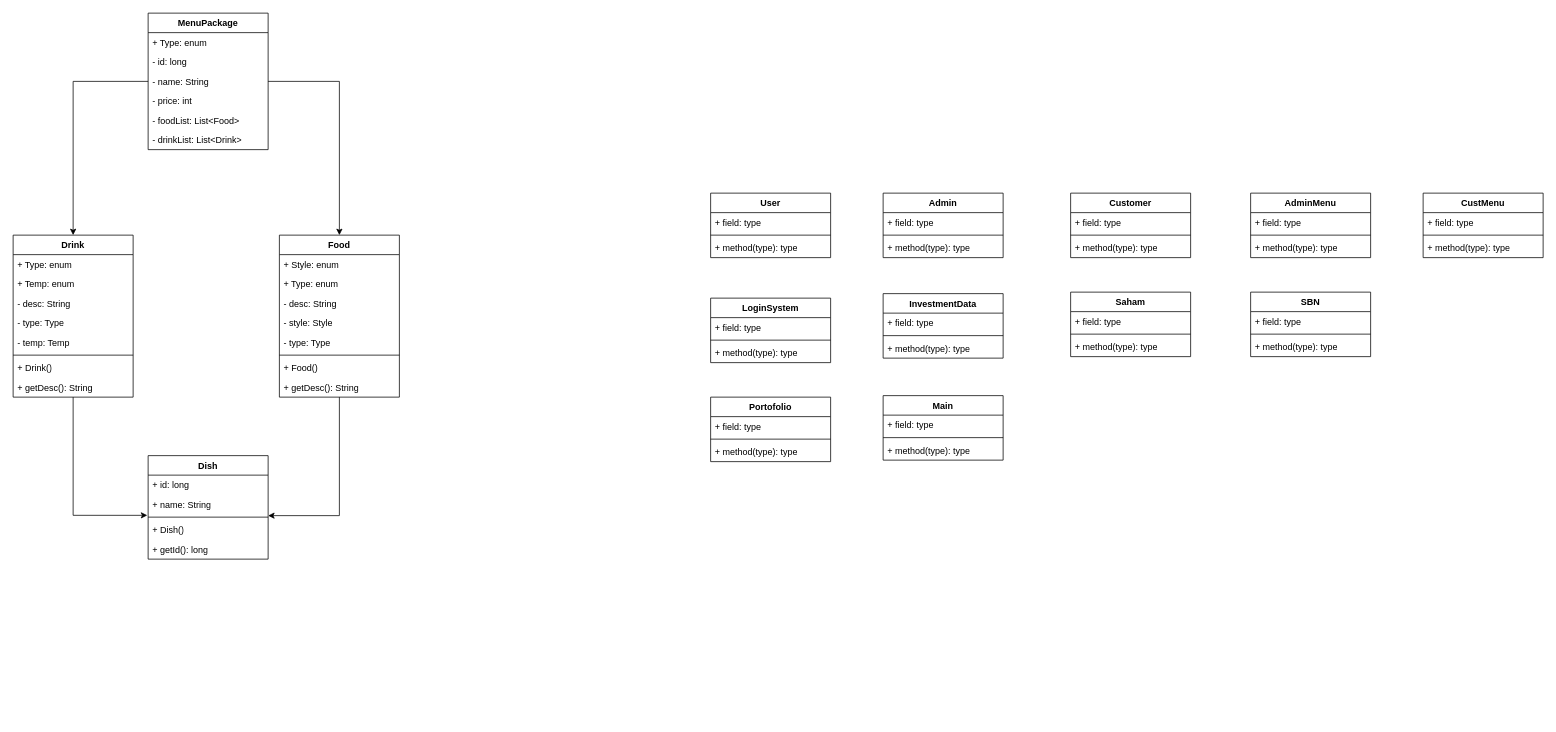
The draw.io diagram page "ERD" (1 of 2) of PBO_UMLInvestasiSaham.drawio in elikawicaksana/BuildIT_BasisData, before the edit. Source tidied: cells renumbered, new cells numbered last; positions are measured from the earlier drawing's top-left corner, leaving out a move shared by most shapes. Both pictures are drawn from the tidied source at 75%, with x=0, y=0 at pixel (13, 13).
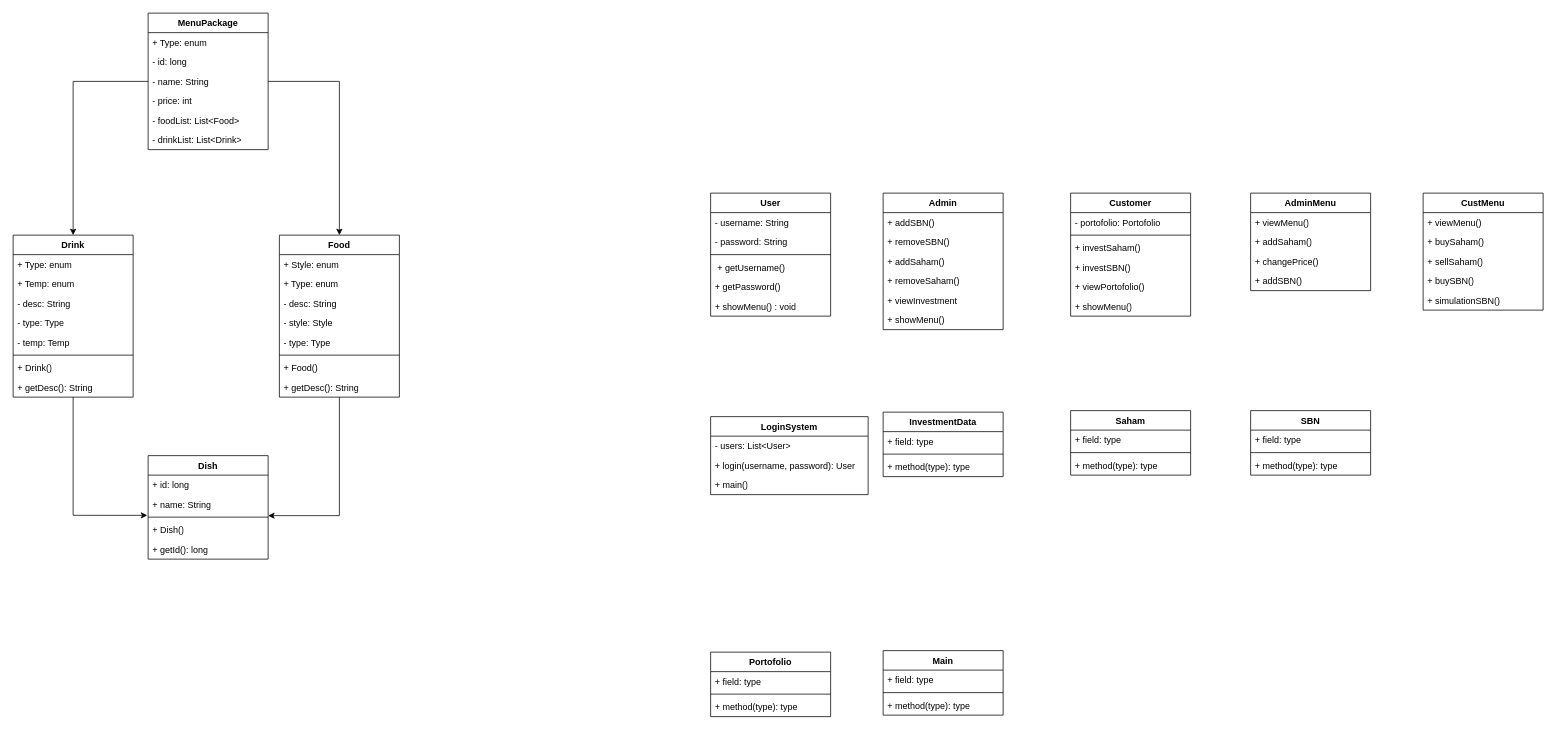
The same page after the edit.

The edit, as a diff of the source:
```diff
@@
     <mxCell id="37" value="User" style="swimlane;fontStyle=1;align=center;verticalAlign=top;horizontal=1;startSize=26;whiteSpace=wrap;html=1;" parent="1" vertex="1">
-      <mxGeometry x="930" y="240" width="160" height="86" as="geometry" />
+      <mxGeometry x="930" y="240" width="160" height="164" as="geometry" />
     </mxCell>
-    <mxCell id="38" value="+ field: type" style="text;strokeColor=none;fillColor=none;align=left;verticalAlign=top;spacingLeft=4;spacingRight=4;overflow=hidden;whiteSpace=wrap;html=1;" parent="37" vertex="1">
+    <mxCell id="38" value="- username: String" style="text;strokeColor=none;fillColor=none;align=left;verticalAlign=top;spacingLeft=4;spacingRight=4;overflow=hidden;whiteSpace=wrap;html=1;" parent="37" vertex="1">
       <mxGeometry y="26" width="160" height="26" as="geometry" />
     </mxCell>
+    <mxCell id="81" value="- password: String" style="text;strokeColor=none;fillColor=none;align=left;verticalAlign=top;spacingLeft=4;spacingRight=4;overflow=hidden;whiteSpace=wrap;html=1;" parent="37" vertex="1">
+      <mxGeometry y="52" width="160" height="26" as="geometry" />
+    </mxCell>
     <mxCell id="39" style="line;strokeWidth=1;fillColor=none;align=left;verticalAlign=middle;spacingTop=-1;spacingLeft=3;spacingRight=3;labelPosition=right;strokeColor=inherit;" parent="37" vertex="1">
-      <mxGeometry y="52" width="160" height="8" as="geometry" />
+      <mxGeometry y="78" width="160" height="8" as="geometry" />
     </mxCell>
-    <mxCell id="40" value="+ method(type): type" style="text;strokeColor=none;fillColor=none;align=left;verticalAlign=top;spacingLeft=4;spacingRight=4;overflow=hidden;whiteSpace=wrap;html=1;" parent="37" vertex="1">
-      <mxGeometry y="60" width="160" height="26" as="geometry" />
+    <mxCell id="40" value="&lt;div&gt;&amp;nbsp;+ getUsername()&lt;/div&gt;" style="text;strokeColor=none;fillColor=none;align=left;verticalAlign=top;spacingLeft=4;spacingRight=4;overflow=hidden;whiteSpace=wrap;html=1;" parent="37" vertex="1">
+      <mxGeometry y="86" width="160" height="26" as="geometry" />
     </mxCell>
+    <mxCell id="82" value="&lt;div&gt;&lt;span style=&quot;background-color: transparent; color: light-dark(rgb(0, 0, 0), rgb(255, 255, 255));&quot;&gt;+ getPassword()&lt;/span&gt;&lt;/div&gt;" style="text;strokeColor=none;fillColor=none;align=left;verticalAlign=top;spacingLeft=4;spacingRight=4;overflow=hidden;whiteSpace=wrap;html=1;" parent="37" vertex="1">
+      <mxGeometry y="112" width="160" height="26" as="geometry" />
+    </mxCell>
+    <mxCell id="83" value="&lt;div&gt;&lt;span style=&quot;background-color: transparent; color: light-dark(rgb(0, 0, 0), rgb(255, 255, 255));&quot;&gt;+ showMenu() : void&lt;/span&gt;&lt;/div&gt;" style="text;strokeColor=none;fillColor=none;align=left;verticalAlign=top;spacingLeft=4;spacingRight=4;overflow=hidden;whiteSpace=wrap;html=1;" parent="37" vertex="1">
+      <mxGeometry y="138" width="160" height="26" as="geometry" />
+    </mxCell>
     <mxCell id="41" value="Admin" style="swimlane;fontStyle=1;align=center;verticalAlign=top;horizontal=1;startSize=26;whiteSpace=wrap;html=1;" parent="1" vertex="1">
-      <mxGeometry x="1160" y="240" width="160" height="86" as="geometry" />
+      <mxGeometry x="1160" y="240" width="160" height="182" as="geometry" />
     </mxCell>
-    <mxCell id="42" value="+ field: type" style="text;strokeColor=none;fillColor=none;align=left;verticalAlign=top;spacingLeft=4;spacingRight=4;overflow=hidden;whiteSpace=wrap;html=1;" parent="41" vertex="1">
-      <mxGeometry y="26" width="160" height="26" as="geometry" />
-    </mxCell>
-    <mxCell id="43" style="line;strokeWidth=1;fillColor=none;align=left;verticalAlign=middle;spacingTop=-1;spacingLeft=3;spacingRight=3;labelPosition=right;strokeColor=inherit;" parent="41" vertex="1">
-      <mxGeometry y="52" width="160" height="8" as="geometry" />
-    </mxCell>
-    <mxCell id="44" value="+ method(type): type" style="text;strokeColor=none;fillColor=none;align=left;verticalAlign=top;spacingLeft=4;spacingRight=4;overflow=hidden;whiteSpace=wrap;html=1;" parent="41" vertex="1">
-      <mxGeometry y="60" width="160" height="26" as="geometry" />
+    <mxCell id="44" value="+ addSBN()" style="text;strokeColor=none;fillColor=none;align=left;verticalAlign=top;spacingLeft=4;spacingRight=4;overflow=hidden;whiteSpace=wrap;html=1;" parent="41" vertex="1">
+      <mxGeometry y="26" width="160" height="26" as="geometry" />
     </mxCell>
+    <mxCell id="84" value="+ removeSBN()" style="text;strokeColor=none;fillColor=none;align=left;verticalAlign=top;spacingLeft=4;spacingRight=4;overflow=hidden;whiteSpace=wrap;html=1;" parent="41" vertex="1">
+      <mxGeometry y="52" width="160" height="26" as="geometry" />
+    </mxCell>
+    <mxCell id="85" value="+ addSaham()" style="text;strokeColor=none;fillColor=none;align=left;verticalAlign=top;spacingLeft=4;spacingRight=4;overflow=hidden;whiteSpace=wrap;html=1;" parent="41" vertex="1">
+      <mxGeometry y="78" width="160" height="26" as="geometry" />
+    </mxCell>
+    <mxCell id="86" value="+ removeSaham()&amp;nbsp;" style="text;strokeColor=none;fillColor=none;align=left;verticalAlign=top;spacingLeft=4;spacingRight=4;overflow=hidden;whiteSpace=wrap;html=1;" parent="41" vertex="1">
+      <mxGeometry y="104" width="160" height="26" as="geometry" />
+    </mxCell>
+    <mxCell id="87" value="+ viewInvestment" style="text;strokeColor=none;fillColor=none;align=left;verticalAlign=top;spacingLeft=4;spacingRight=4;overflow=hidden;whiteSpace=wrap;html=1;" parent="41" vertex="1">
+      <mxGeometry y="130" width="160" height="26" as="geometry" />
+    </mxCell>
+    <mxCell id="88" value="+ showMenu()" style="text;strokeColor=none;fillColor=none;align=left;verticalAlign=top;spacingLeft=4;spacingRight=4;overflow=hidden;whiteSpace=wrap;html=1;" parent="41" vertex="1">
+      <mxGeometry y="156" width="160" height="26" as="geometry" />
+    </mxCell>
     <mxCell id="45" value="LoginSystem" style="swimlane;fontStyle=1;align=center;verticalAlign=top;horizontal=1;startSize=26;whiteSpace=wrap;html=1;" parent="1" vertex="1">
-      <mxGeometry x="930" y="380" width="160" height="86" as="geometry" />
+      <mxGeometry x="930" y="538" width="210" height="104" as="geometry" />
     </mxCell>
-    <mxCell id="46" value="+ field: type" style="text;strokeColor=none;fillColor=none;align=left;verticalAlign=top;spacingLeft=4;spacingRight=4;overflow=hidden;whiteSpace=wrap;html=1;" parent="45" vertex="1">
-      <mxGeometry y="26" width="160" height="26" as="geometry" />
+    <mxCell id="46" value="- users: List&amp;lt;User&amp;gt;" style="text;strokeColor=none;fillColor=none;align=left;verticalAlign=top;spacingLeft=4;spacingRight=4;overflow=hidden;whiteSpace=wrap;html=1;" parent="45" vertex="1">
+      <mxGeometry y="26" width="210" height="26" as="geometry" />
     </mxCell>
-    <mxCell id="47" style="line;strokeWidth=1;fillColor=none;align=left;verticalAlign=middle;spacingTop=-1;spacingLeft=3;spacingRight=3;labelPosition=right;strokeColor=inherit;" parent="45" vertex="1">
-      <mxGeometry y="52" width="160" height="8" as="geometry" />
-    </mxCell>
-    <mxCell id="48" value="+ method(type): type" style="text;strokeColor=none;fillColor=none;align=left;verticalAlign=top;spacingLeft=4;spacingRight=4;overflow=hidden;whiteSpace=wrap;html=1;" parent="45" vertex="1">
-      <mxGeometry y="60" width="160" height="26" as="geometry" />
+    <mxCell id="48" value="+ login(username, password): User" style="text;strokeColor=none;fillColor=none;align=left;verticalAlign=top;spacingLeft=4;spacingRight=4;overflow=hidden;whiteSpace=wrap;html=1;" parent="45" vertex="1">
+      <mxGeometry y="52" width="210" height="26" as="geometry" />
     </mxCell>
+    <mxCell id="89" value="+ main()" style="text;strokeColor=none;fillColor=none;align=left;verticalAlign=top;spacingLeft=4;spacingRight=4;overflow=hidden;whiteSpace=wrap;html=1;" parent="45" vertex="1">
+      <mxGeometry y="78" width="210" height="26" as="geometry" />
+    </mxCell>
     <mxCell id="49" value="InvestmentData" style="swimlane;fontStyle=1;align=center;verticalAlign=top;horizontal=1;startSize=26;whiteSpace=wrap;html=1;" parent="1" vertex="1">
-      <mxGeometry x="1160" y="374" width="160" height="86" as="geometry" />
+      <mxGeometry x="1160" y="532" width="160" height="86" as="geometry" />
     </mxCell>
@@
     <mxCell id="53" value="Portofolio" style="swimlane;fontStyle=1;align=center;verticalAlign=top;horizontal=1;startSize=26;whiteSpace=wrap;html=1;" parent="1" vertex="1">
-      <mxGeometry x="930" y="512" width="160" height="86" as="geometry" />
+      <mxGeometry x="930" y="852" width="160" height="86" as="geometry" />
     </mxCell>
@@
     <mxCell id="57" value="Main" style="swimlane;fontStyle=1;align=center;verticalAlign=top;horizontal=1;startSize=26;whiteSpace=wrap;html=1;" parent="1" vertex="1">
-      <mxGeometry x="1160" y="510" width="160" height="86" as="geometry" />
+      <mxGeometry x="1160" y="850" width="160" height="86" as="geometry" />
     </mxCell>
@@
     <mxCell id="61" value="Customer" style="swimlane;fontStyle=1;align=center;verticalAlign=top;horizontal=1;startSize=26;whiteSpace=wrap;html=1;" parent="1" vertex="1">
-      <mxGeometry x="1410" y="240" width="160" height="86" as="geometry" />
+      <mxGeometry x="1410" y="240" width="160" height="164" as="geometry" />
     </mxCell>
-    <mxCell id="62" value="+ field: type" style="text;strokeColor=none;fillColor=none;align=left;verticalAlign=top;spacingLeft=4;spacingRight=4;overflow=hidden;whiteSpace=wrap;html=1;" parent="61" vertex="1">
+    <mxCell id="62" value="- portofolio: Portofolio" style="text;strokeColor=none;fillColor=none;align=left;verticalAlign=top;spacingLeft=4;spacingRight=4;overflow=hidden;whiteSpace=wrap;html=1;" parent="61" vertex="1">
       <mxGeometry y="26" width="160" height="26" as="geometry" />
     </mxCell>
@@
-    <mxCell id="64" value="+ method(type): type" style="text;strokeColor=none;fillColor=none;align=left;verticalAlign=top;spacingLeft=4;spacingRight=4;overflow=hidden;whiteSpace=wrap;html=1;" parent="61" vertex="1">
+    <mxCell id="64" value="+ investSaham()" style="text;strokeColor=none;fillColor=none;align=left;verticalAlign=top;spacingLeft=4;spacingRight=4;overflow=hidden;whiteSpace=wrap;html=1;" parent="61" vertex="1">
       <mxGeometry y="60" width="160" height="26" as="geometry" />
     </mxCell>
+    <mxCell id="90" value="+ investSBN()" style="text;strokeColor=none;fillColor=none;align=left;verticalAlign=top;spacingLeft=4;spacingRight=4;overflow=hidden;whiteSpace=wrap;html=1;" parent="61" vertex="1">
+      <mxGeometry y="86" width="160" height="26" as="geometry" />
+    </mxCell>
+    <mxCell id="91" value="+ viewPortofolio()" style="text;strokeColor=none;fillColor=none;align=left;verticalAlign=top;spacingLeft=4;spacingRight=4;overflow=hidden;whiteSpace=wrap;html=1;" parent="61" vertex="1">
+      <mxGeometry y="112" width="160" height="26" as="geometry" />
+    </mxCell>
+    <mxCell id="92" value="+ showMenu()" style="text;strokeColor=none;fillColor=none;align=left;verticalAlign=top;spacingLeft=4;spacingRight=4;overflow=hidden;whiteSpace=wrap;html=1;" parent="61" vertex="1">
+      <mxGeometry y="138" width="160" height="26" as="geometry" />
+    </mxCell>
     <mxCell id="65" value="Saham" style="swimlane;fontStyle=1;align=center;verticalAlign=top;horizontal=1;startSize=26;whiteSpace=wrap;html=1;" parent="1" vertex="1">
-      <mxGeometry x="1410" y="372" width="160" height="86" as="geometry" />
+      <mxGeometry x="1410" y="530" width="160" height="86" as="geometry" />
     </mxCell>
@@
     <mxCell id="69" value="AdminMenu" style="swimlane;fontStyle=1;align=center;verticalAlign=top;horizontal=1;startSize=26;whiteSpace=wrap;html=1;" parent="1" vertex="1">
-      <mxGeometry x="1650" y="240" width="160" height="86" as="geometry" />
+      <mxGeometry x="1650" y="240" width="160" height="130" as="geometry" />
     </mxCell>
-    <mxCell id="70" value="+ field: type" style="text;strokeColor=none;fillColor=none;align=left;verticalAlign=top;spacingLeft=4;spacingRight=4;overflow=hidden;whiteSpace=wrap;html=1;" parent="69" vertex="1">
+    <mxCell id="70" value="+ viewMenu()" style="text;strokeColor=none;fillColor=none;align=left;verticalAlign=top;spacingLeft=4;spacingRight=4;overflow=hidden;whiteSpace=wrap;html=1;" parent="69" vertex="1">
       <mxGeometry y="26" width="160" height="26" as="geometry" />
     </mxCell>
-    <mxCell id="71" style="line;strokeWidth=1;fillColor=none;align=left;verticalAlign=middle;spacingTop=-1;spacingLeft=3;spacingRight=3;labelPosition=right;strokeColor=inherit;" parent="69" vertex="1">
-      <mxGeometry y="52" width="160" height="8" as="geometry" />
-    </mxCell>
-    <mxCell id="72" value="+ method(type): type" style="text;strokeColor=none;fillColor=none;align=left;verticalAlign=top;spacingLeft=4;spacingRight=4;overflow=hidden;whiteSpace=wrap;html=1;" parent="69" vertex="1">
-      <mxGeometry y="60" width="160" height="26" as="geometry" />
+    <mxCell id="72" value="+ addSaham()" style="text;strokeColor=none;fillColor=none;align=left;verticalAlign=top;spacingLeft=4;spacingRight=4;overflow=hidden;whiteSpace=wrap;html=1;" parent="69" vertex="1">
+      <mxGeometry y="52" width="160" height="26" as="geometry" />
     </mxCell>
+    <mxCell id="93" value="+ changePrice()" style="text;strokeColor=none;fillColor=none;align=left;verticalAlign=top;spacingLeft=4;spacingRight=4;overflow=hidden;whiteSpace=wrap;html=1;" parent="69" vertex="1">
+      <mxGeometry y="78" width="160" height="26" as="geometry" />
+    </mxCell>
+    <mxCell id="94" value="+ addSBN()" style="text;strokeColor=none;fillColor=none;align=left;verticalAlign=top;spacingLeft=4;spacingRight=4;overflow=hidden;whiteSpace=wrap;html=1;" parent="69" vertex="1">
+      <mxGeometry y="104" width="160" height="26" as="geometry" />
+    </mxCell>
     <mxCell id="73" value="SBN" style="swimlane;fontStyle=1;align=center;verticalAlign=top;horizontal=1;startSize=26;whiteSpace=wrap;html=1;" parent="1" vertex="1">
-      <mxGeometry x="1650" y="372" width="160" height="86" as="geometry" />
+      <mxGeometry x="1650" y="530" width="160" height="86" as="geometry" />
     </mxCell>
@@
     <mxCell id="77" value="CustMenu" style="swimlane;fontStyle=1;align=center;verticalAlign=top;horizontal=1;startSize=26;whiteSpace=wrap;html=1;" parent="1" vertex="1">
-      <mxGeometry x="1880" y="240" width="160" height="86" as="geometry" />
+      <mxGeometry x="1880" y="240" width="160" height="156" as="geometry" />
     </mxCell>
-    <mxCell id="78" value="+ field: type" style="text;strokeColor=none;fillColor=none;align=left;verticalAlign=top;spacingLeft=4;spacingRight=4;overflow=hidden;whiteSpace=wrap;html=1;" parent="77" vertex="1">
+    <mxCell id="78" value="+ viewMenu()" style="text;strokeColor=none;fillColor=none;align=left;verticalAlign=top;spacingLeft=4;spacingRight=4;overflow=hidden;whiteSpace=wrap;html=1;" parent="77" vertex="1">
       <mxGeometry y="26" width="160" height="26" as="geometry" />
     </mxCell>
-    <mxCell id="79" style="line;strokeWidth=1;fillColor=none;align=left;verticalAlign=middle;spacingTop=-1;spacingLeft=3;spacingRight=3;labelPosition=right;strokeColor=inherit;" parent="77" vertex="1">
-      <mxGeometry y="52" width="160" height="8" as="geometry" />
-    </mxCell>
-    <mxCell id="80" value="+ method(type): type" style="text;strokeColor=none;fillColor=none;align=left;verticalAlign=top;spacingLeft=4;spacingRight=4;overflow=hidden;whiteSpace=wrap;html=1;" parent="77" vertex="1">
-      <mxGeometry y="60" width="160" height="26" as="geometry" />
-    </mxCell>
+    <mxCell id="95" value="+ buySaham()" style="text;strokeColor=none;fillColor=none;align=left;verticalAlign=top;spacingLeft=4;spacingRight=4;overflow=hidden;whiteSpace=wrap;html=1;" parent="77" vertex="1">
+      <mxGeometry y="52" width="160" height="26" as="geometry" />
+    </mxCell>
+    <mxCell id="96" value="+ sellSaham()" style="text;strokeColor=none;fillColor=none;align=left;verticalAlign=top;spacingLeft=4;spacingRight=4;overflow=hidden;whiteSpace=wrap;html=1;" parent="77" vertex="1">
+      <mxGeometry y="78" width="160" height="26" as="geometry" />
+    </mxCell>
+    <mxCell id="97" value="+ buySBN()" style="text;strokeColor=none;fillColor=none;align=left;verticalAlign=top;spacingLeft=4;spacingRight=4;overflow=hidden;whiteSpace=wrap;html=1;" parent="77" vertex="1">
+      <mxGeometry y="104" width="160" height="26" as="geometry" />
+    </mxCell>
+    <mxCell id="98" value="+ simulationSBN()" style="text;strokeColor=none;fillColor=none;align=left;verticalAlign=top;spacingLeft=4;spacingRight=4;overflow=hidden;whiteSpace=wrap;html=1;" parent="77" vertex="1">
+      <mxGeometry y="130" width="160" height="26" as="geometry" />
+    </mxCell>
```
